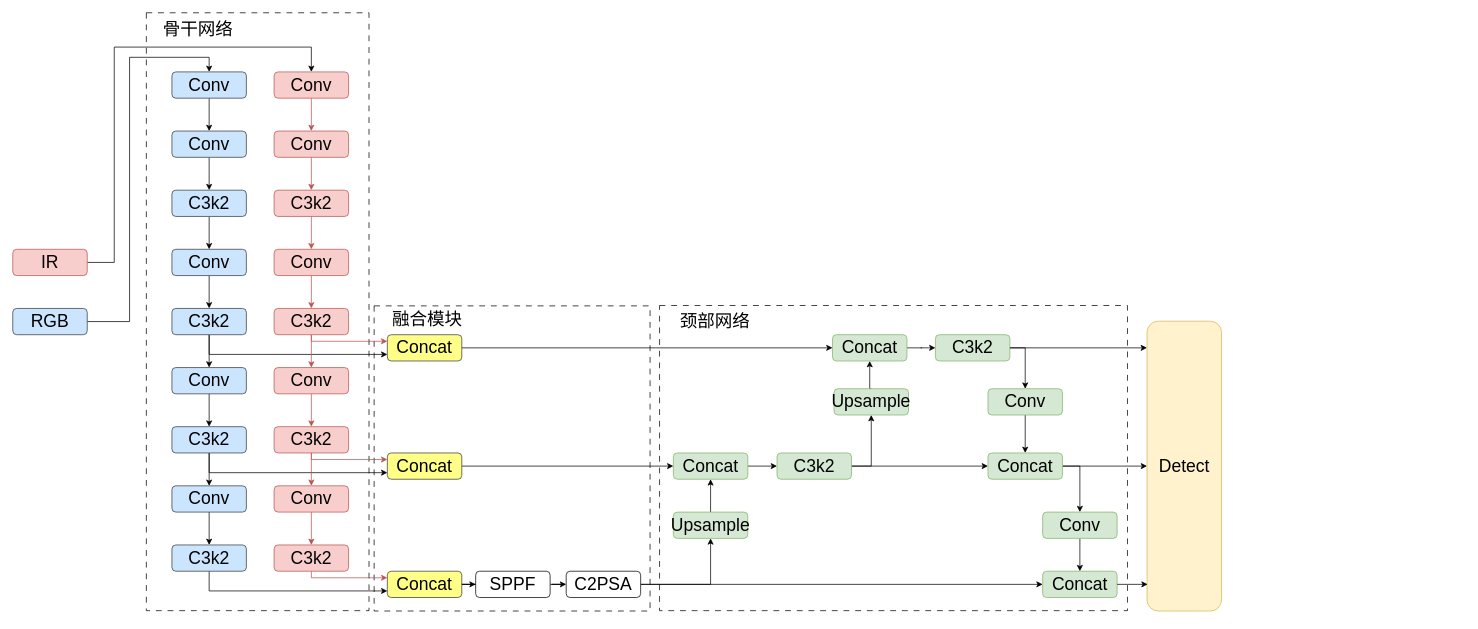
Above: baselinep2345.drawio in COSMOSHH/drawio-github (draw.io), before the change. Source tidied: cells renumbered, new cells numbered last; positions are measured from the earlier drawing's top-left corner, leaving out a move shared by most shapes. Both pictures are drawn from the tidied source at 73%, with x=0, y=0 at pixel (12, 12).
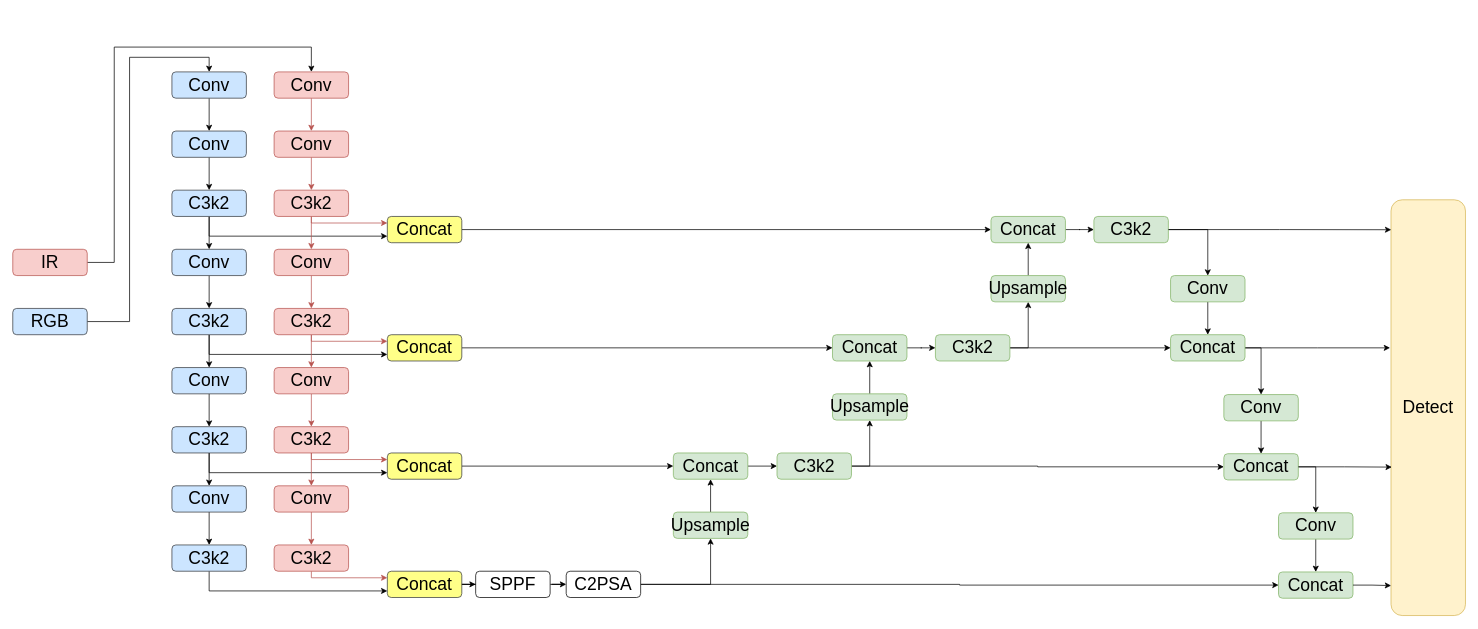
After the change.

Unchanged cells that the change refers to:
```xml
<mxCell id="14" value="&lt;span style=&quot;font-size: 24px;&quot;&gt;C3k2&lt;/span&gt;" style="rounded=1;whiteSpace=wrap;html=1;fillColor=#d5e8d4;strokeColor=#82b366;" parent="1" vertex="1">
  <mxGeometry x="1263.9" y="441" width="102" height="36" as="geometry" />
</mxCell>
<mxCell id="45" value="&lt;span style=&quot;font-size: 24px;&quot;&gt;C3k2&lt;/span&gt;" style="rounded=1;whiteSpace=wrap;html=1;fillColor=#cce5ff;strokeColor=#36393d;" parent="1" vertex="1">
  <mxGeometry x="218" y="243" width="102" height="36" as="geometry" />
</mxCell>
<mxCell id="67" value="&lt;span style=&quot;font-size: 24px;&quot;&gt;C3k2&lt;/span&gt;" style="rounded=1;whiteSpace=wrap;html=1;fillColor=#f8cecc;strokeColor=#b85450;" parent="1" vertex="1">
  <mxGeometry x="358" y="243" width="102" height="36" as="geometry" />
</mxCell>
```

Diff of the diagram source:
```diff
@@
-    <mxCell id="2" style="rounded=0;whiteSpace=wrap;html=1;dashed=1;dashPattern=8 8;align=left;" parent="1" vertex="1">
-      <mxGeometry x="495" y="401.5" width="378" height="418" as="geometry" />
-    </mxCell>
-    <mxCell id="3" style="rounded=0;whiteSpace=wrap;html=1;dashed=1;dashPattern=8 8;align=left;" parent="1" vertex="1">
-      <mxGeometry x="183" width="305" height="819" as="geometry" />
-    </mxCell>
-    <mxCell id="4" style="rounded=0;whiteSpace=wrap;html=1;dashed=1;dashPattern=8 8;align=left;" parent="1" vertex="1">
-      <mxGeometry x="886" y="401" width="641" height="418" as="geometry" />
-    </mxCell>
@@
-    <mxCell id="13" style="edgeStyle=orthogonalEdgeStyle;rounded=0;jettySize=auto;html=1;exitX=1;exitY=0.5;exitDx=0;exitDy=0;entryX=0.5;entryY=0;entryDx=0;entryDy=0;" parent="1" edge="1" source="14" target="30">
-      <mxGeometry relative="1" as="geometry" />
-    </mxCell>
+    <mxCell id="87" style="edgeStyle=orthogonalEdgeStyle;rounded=0;jettySize=auto;html=1;exitX=1;exitY=0.5;exitDx=0;exitDy=0;entryX=0.5;entryY=1;entryDx=0;entryDy=0;" parent="1" edge="1" source="14" target="98">
+      <mxGeometry relative="1" as="geometry" />
+    </mxCell>
+    <mxCell id="88" style="edgeStyle=orthogonalEdgeStyle;rounded=0;jettySize=auto;html=1;exitX=1;exitY=0.5;exitDx=0;exitDy=0;entryX=0;entryY=0.5;entryDx=0;entryDy=0;" parent="1" edge="1" source="14" target="103">
+      <mxGeometry relative="1" as="geometry" />
+    </mxCell>
@@
     <mxCell id="28" value="&lt;span style=&quot;font-family: Calibri;&quot;&gt;&lt;font style=&quot;font-size: 24px;&quot;&gt;Upsample&lt;/font&gt;&lt;/span&gt;" style="rounded=1;whiteSpace=wrap;html=1;fillColor=#d5e8d4;strokeColor=#82b366;" parent="1" vertex="1">
-      <mxGeometry x="1125" y="515" width="102" height="36" as="geometry" />
+      <mxGeometry x="1122.9" y="522" width="102" height="36" as="geometry" />
     </mxCell>
@@
     <mxCell id="30" value="&lt;span style=&quot;font-size: 24px;&quot;&gt;Conv&lt;/span&gt;" style="rounded=1;whiteSpace=wrap;html=1;fillColor=#d5e8d4;strokeColor=#82b366;" parent="1" vertex="1">
-      <mxGeometry x="1335.9" y="515" width="102" height="36" as="geometry" />
+      <mxGeometry x="1659" y="523" width="102" height="36" as="geometry" />
     </mxCell>
@@
-    <mxCell id="32" style="edgeStyle=orthogonalEdgeStyle;rounded=0;jettySize=auto;html=1;exitX=1;exitY=0.5;exitDx=0;exitDy=0;entryX=0;entryY=0.5;entryDx=0;entryDy=0;" parent="1" edge="1" source="33" target="37">
-      <mxGeometry relative="1" as="geometry" />
-    </mxCell>
     <mxCell id="33" value="&lt;span style=&quot;font-size: 24px;&quot;&gt;Concat&lt;/span&gt;" style="rounded=1;whiteSpace=wrap;html=1;fillColor=#d5e8d4;strokeColor=#82b366;" parent="1" vertex="1">
-      <mxGeometry x="1335.9" y="603" width="102" height="36" as="geometry" />
+      <mxGeometry x="1659" y="604" width="102" height="36" as="geometry" />
     </mxCell>
@@
     <mxCell id="35" value="&lt;span style=&quot;font-size: 24px;&quot;&gt;Conv&lt;/span&gt;" style="rounded=1;whiteSpace=wrap;html=1;fillColor=#d5e8d4;strokeColor=#82b366;" parent="1" vertex="1">
-      <mxGeometry x="1410.8" y="684" width="102" height="36" as="geometry" />
+      <mxGeometry x="1733.9" y="685" width="102" height="36" as="geometry" />
     </mxCell>
     <mxCell id="36" value="&lt;span style=&quot;font-size: 24px;&quot;&gt;Concat&lt;/span&gt;" style="rounded=1;whiteSpace=wrap;html=1;fillColor=#d5e8d4;strokeColor=#82b366;" parent="1" vertex="1">
-      <mxGeometry x="1410.8" y="765" width="102" height="36" as="geometry" />
+      <mxGeometry x="1733.9" y="766" width="102" height="36" as="geometry" />
     </mxCell>
     <mxCell id="37" value="&lt;span style=&quot;font-size: 24px;&quot;&gt;Detect&lt;/span&gt;" style="rounded=1;whiteSpace=wrap;html=1;fillColor=#fff2cc;strokeColor=#d6b656;" parent="1" vertex="1">
-      <mxGeometry x="1553.8" y="422.5" width="102" height="397" as="geometry" />
+      <mxGeometry x="1888" y="256.2" width="102" height="569.5" as="geometry" />
     </mxCell>
@@
+    <mxCell id="89" style="edgeStyle=orthogonalEdgeStyle;rounded=0;jettySize=auto;html=1;exitX=0.5;exitY=1;exitDx=0;exitDy=0;entryX=0;entryY=0.75;entryDx=0;entryDy=0;" parent="1" edge="1" source="45" target="92">
+      <mxGeometry relative="1" as="geometry" />
+    </mxCell>
@@
+    <mxCell id="90" style="edgeStyle=orthogonalEdgeStyle;rounded=0;jettySize=auto;html=1;exitX=0.5;exitY=1;exitDx=0;exitDy=0;entryX=0;entryY=0.25;entryDx=0;entryDy=0;fillColor=#f8cecc;strokeColor=#b85450;" parent="1" edge="1" source="67" target="92">
+      <mxGeometry relative="1" as="geometry">
+        <Array as="points">
+          <mxPoint x="409" y="288" />
+        </Array>
+      </mxGeometry>
+    </mxCell>
@@
-    <mxCell id="82" style="edgeStyle=orthogonalEdgeStyle;rounded=0;jettySize=auto;html=1;exitX=1;exitY=0.5;exitDx=0;exitDy=0;entryX=-0.001;entryY=0.092;entryDx=0;entryDy=0;entryPerimeter=0;" parent="1" edge="1" source="14" target="37">
-      <mxGeometry relative="1" as="geometry" />
-    </mxCell>
+    <mxCell id="91" style="edgeStyle=orthogonalEdgeStyle;rounded=0;jettySize=auto;html=1;exitX=1;exitY=0.5;exitDx=0;exitDy=0;entryX=0;entryY=0.5;entryDx=0;entryDy=0;" parent="1" edge="1" source="92" target="94">
+      <mxGeometry relative="1" as="geometry" />
+    </mxCell>
+    <mxCell id="92" value="&lt;span style=&quot;font-size: 24px;&quot;&gt;Concat&lt;/span&gt;" style="rounded=1;whiteSpace=wrap;html=1;fillColor=#ffff88;strokeColor=#36393d;" parent="1" vertex="1">
+      <mxGeometry x="513.1" y="279" width="102" height="36" as="geometry" />
+    </mxCell>
+    <mxCell id="93" style="edgeStyle=orthogonalEdgeStyle;rounded=0;jettySize=auto;html=1;" parent="1" edge="1" source="94" target="96">
+      <mxGeometry relative="1" as="geometry" />
+    </mxCell>
+    <mxCell id="94" value="&lt;span style=&quot;font-size: 24px;&quot;&gt;Concat&lt;/span&gt;" style="rounded=1;whiteSpace=wrap;html=1;fillColor=#d5e8d4;strokeColor=#82b366;" parent="1" vertex="1">
+      <mxGeometry x="1340" y="279" width="102" height="36" as="geometry" />
+    </mxCell>
+    <mxCell id="95" style="edgeStyle=orthogonalEdgeStyle;rounded=0;jettySize=auto;html=1;exitX=1;exitY=0.5;exitDx=0;exitDy=0;entryX=0.5;entryY=0;entryDx=0;entryDy=0;" parent="1" edge="1" source="96" target="100">
+      <mxGeometry relative="1" as="geometry" />
+    </mxCell>
+    <mxCell id="96" value="&lt;span style=&quot;font-size: 24px;&quot;&gt;C3k2&lt;/span&gt;" style="rounded=1;whiteSpace=wrap;html=1;fillColor=#d5e8d4;strokeColor=#82b366;" parent="1" vertex="1">
+      <mxGeometry x="1481" y="279" width="102" height="36" as="geometry" />
+    </mxCell>
+    <mxCell id="97" style="edgeStyle=orthogonalEdgeStyle;rounded=0;jettySize=auto;html=1;" parent="1" edge="1" source="98" target="94">
+      <mxGeometry relative="1" as="geometry" />
+    </mxCell>
+    <mxCell id="98" value="&lt;span style=&quot;font-family: Calibri;&quot;&gt;&lt;font style=&quot;font-size: 24px;&quot;&gt;Upsample&lt;/font&gt;&lt;/span&gt;" style="rounded=1;whiteSpace=wrap;html=1;fillColor=#d5e8d4;strokeColor=#82b366;" parent="1" vertex="1">
+      <mxGeometry x="1340" y="360" width="102" height="36" as="geometry" />
+    </mxCell>
+    <mxCell id="99" style="edgeStyle=orthogonalEdgeStyle;rounded=0;jettySize=auto;html=1;" parent="1" edge="1" source="100" target="103">
+      <mxGeometry relative="1" as="geometry" />
+    </mxCell>
+    <mxCell id="100" value="&lt;span style=&quot;font-size: 24px;&quot;&gt;Conv&lt;/span&gt;" style="rounded=1;whiteSpace=wrap;html=1;fillColor=#d5e8d4;strokeColor=#82b366;" parent="1" vertex="1">
+      <mxGeometry x="1586" y="360" width="102" height="36" as="geometry" />
+    </mxCell>
+    <mxCell id="101" style="edgeStyle=orthogonalEdgeStyle;rounded=0;jettySize=auto;html=1;exitX=1;exitY=0.5;exitDx=0;exitDy=0;entryX=0.5;entryY=0;entryDx=0;entryDy=0;" parent="1" edge="1" source="103" target="30">
+      <mxGeometry relative="1" as="geometry" />
+    </mxCell>
+    <mxCell id="102" style="edgeStyle=orthogonalEdgeStyle;rounded=0;jettySize=auto;html=1;exitX=1;exitY=0.5;exitDx=0;exitDy=0;" parent="1" edge="1" source="103">
+      <mxGeometry relative="1" as="geometry">
+        <mxPoint x="1886.7" y="459" as="targetPoint" />
+      </mxGeometry>
+    </mxCell>
+    <mxCell id="103" value="&lt;span style=&quot;font-size: 24px;&quot;&gt;Concat&lt;/span&gt;" style="rounded=1;whiteSpace=wrap;html=1;fillColor=#d5e8d4;strokeColor=#82b366;" parent="1" vertex="1">
+      <mxGeometry x="1586" y="441" width="102" height="36" as="geometry" />
+    </mxCell>
+    <mxCell id="104" style="edgeStyle=orthogonalEdgeStyle;rounded=0;jettySize=auto;html=1;exitX=1;exitY=0.5;exitDx=0;exitDy=0;entryX=0.003;entryY=0.072;entryDx=0;entryDy=0;entryPerimeter=0;" parent="1" edge="1" source="96" target="37">
+      <mxGeometry relative="1" as="geometry" />
+    </mxCell>
+    <mxCell id="32" style="edgeStyle=orthogonalEdgeStyle;rounded=0;jettySize=auto;html=1;exitX=1;exitY=0.5;exitDx=0;exitDy=0;entryX=0.011;entryY=0.643;entryDx=0;entryDy=0;entryPerimeter=0;" parent="1" edge="1" source="33" target="37">
+      <mxGeometry relative="1" as="geometry" />
+    </mxCell>
-    <mxCell id="83" style="edgeStyle=orthogonalEdgeStyle;rounded=0;jettySize=auto;html=1;exitX=1;exitY=0.5;exitDx=0;exitDy=0;entryX=0.008;entryY=0.908;entryDx=0;entryDy=0;entryPerimeter=0;" parent="1" edge="1" source="36" target="37">
+    <mxCell id="83" style="edgeStyle=orthogonalEdgeStyle;rounded=0;jettySize=auto;html=1;exitX=1;exitY=0.5;exitDx=0;exitDy=0;entryX=0.001;entryY=0.928;entryDx=0;entryDy=0;entryPerimeter=0;" parent="1" edge="1" source="36" target="37">
       <mxGeometry relative="1" as="geometry" />
     </mxCell>
-    <mxCell id="84" value="&lt;font style=&quot;font-size: 24px;&quot;&gt;颈部网络&lt;/font&gt;" style="text;html=1;whiteSpace=wrap;strokeColor=none;fillColor=none;align=center;verticalAlign=middle;rounded=0;" parent="1" vertex="1">
-      <mxGeometry x="896" y="408" width="132" height="30" as="geometry" />
-    </mxCell>
-    <mxCell id="85" value="&lt;font style=&quot;font-size: 24px;&quot;&gt;骨干网络&lt;/font&gt;" style="text;html=1;whiteSpace=wrap;strokeColor=none;fillColor=none;align=center;verticalAlign=middle;rounded=0;" parent="1" vertex="1">
-      <mxGeometry x="188" y="8" width="132" height="30" as="geometry" />
-    </mxCell>
-    <mxCell id="86" value="&lt;font style=&quot;font-size: 24px;&quot;&gt;融合模块&lt;/font&gt;" style="text;html=1;whiteSpace=wrap;strokeColor=none;fillColor=none;align=center;verticalAlign=middle;rounded=0;" parent="1" vertex="1">
-      <mxGeometry x="502.1" y="405" width="132" height="30" as="geometry" />
-    </mxCell>
```
